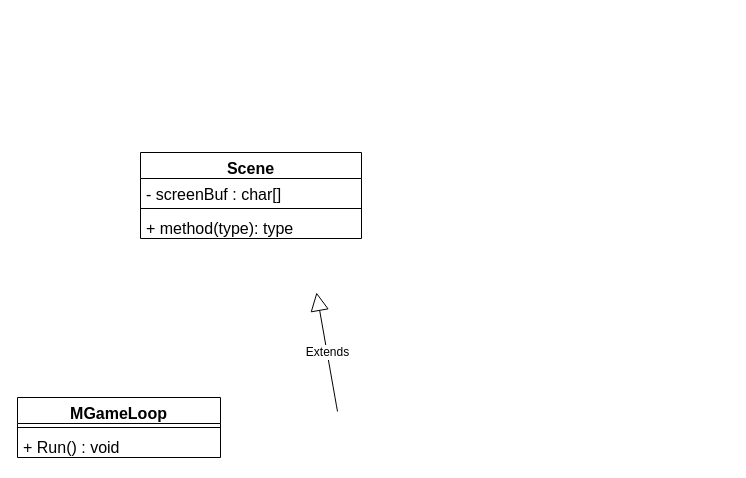
The draw.io diagram Musoeun.drawio in hdh5184/DongheeHan23, before the edit. Source tidied: cells renumbered, new cells numbered last; positions are measured from the earlier drawing's top-left corner, leaving out a move shared by most shapes. Both pictures are drawn from the tidied source at 100%, with x=0, y=0 at pixel (17, 152).
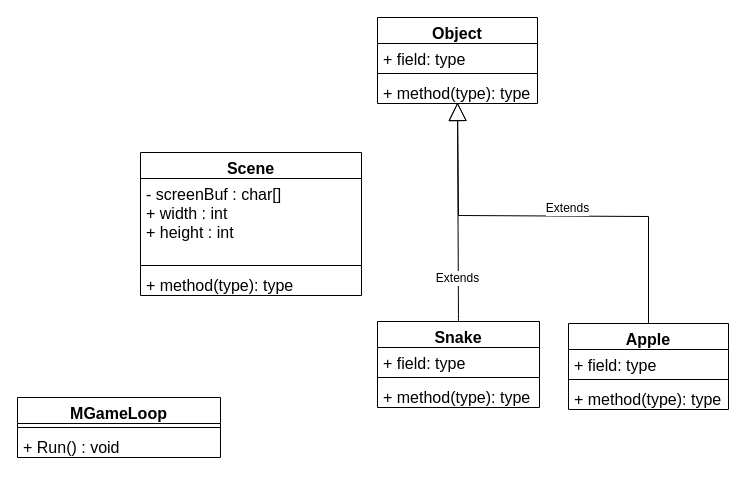
Above is the later version.

What changed in the source:
```diff
@@
     <mxCell id="5" value="Scene" style="swimlane;fontStyle=1;align=center;verticalAlign=top;horizontal=1;startSize=26;whiteSpace=wrap;html=1;fontSize=16;" parent="1" vertex="1">
-      <mxGeometry x="123" width="221" height="86" as="geometry" />
+      <mxGeometry x="123" width="221" height="143" as="geometry" />
     </mxCell>
-    <mxCell id="6" value="- screenBuf : char[]" style="text;strokeColor=none;fillColor=none;align=left;verticalAlign=top;spacingLeft=4;spacingRight=4;overflow=hidden;whiteSpace=wrap;html=1;fontSize=16;" parent="5" vertex="1">
-      <mxGeometry y="26" width="221" height="26" as="geometry" />
+    <mxCell id="6" value="- screenBuf : char[]&lt;br&gt;+ width : int&lt;br&gt;+ height : int" style="text;strokeColor=none;fillColor=none;align=left;verticalAlign=top;spacingLeft=4;spacingRight=4;overflow=hidden;whiteSpace=wrap;html=1;fontSize=16;" parent="5" vertex="1">
+      <mxGeometry y="26" width="221" height="83" as="geometry" />
     </mxCell>
     <mxCell id="7" style="line;strokeWidth=1;fillColor=none;align=left;verticalAlign=middle;spacingTop=-1;spacingLeft=3;spacingRight=3;labelPosition=right;strokeColor=inherit;fontSize=16;" parent="5" vertex="1">
-      <mxGeometry y="52" width="221" height="8" as="geometry" />
+      <mxGeometry y="109" width="221" height="8" as="geometry" />
     </mxCell>
     <mxCell id="8" value="+ method(type): type" style="text;strokeColor=none;fillColor=none;align=left;verticalAlign=top;spacingLeft=4;spacingRight=4;overflow=hidden;whiteSpace=wrap;html=1;fontSize=16;" parent="5" vertex="1">
-      <mxGeometry y="60" width="221" height="26" as="geometry" />
+      <mxGeometry y="117" width="221" height="26" as="geometry" />
     </mxCell>
-    <mxCell id="9" value="Extends" style="endArrow=block;endSize=16;endFill=0;html=1;rounded=0;fontSize=12;curved=1;" parent="1" edge="1">
-      <mxGeometry relative="1" as="geometry">
-        <mxPoint x="320" y="259" as="sourcePoint" />
-        <mxPoint x="299" y="140" as="targetPoint" />
-      </mxGeometry>
+    <mxCell id="9" value="Extends" style="endArrow=block;endSize=16;endFill=0;html=1;rounded=0;fontSize=12;curved=1;exitX=0.5;exitY=0;exitDx=0;exitDy=0;entryX=0.5;entryY=0.962;entryDx=0;entryDy=0;entryPerimeter=0;" parent="1" edge="1" source="10" target="17">
+      <mxGeometry x="-0.61" y="1" relative="1" as="geometry" />
     </mxCell>
+    <mxCell id="10" value="Snake" style="swimlane;fontStyle=1;align=center;verticalAlign=top;horizontal=1;startSize=26;whiteSpace=wrap;html=1;fontSize=16;" parent="1" vertex="1">
+      <mxGeometry x="360" y="169" width="162" height="86" as="geometry" />
+    </mxCell>
+    <mxCell id="11" value="+ field: type" style="text;strokeColor=none;fillColor=none;align=left;verticalAlign=top;spacingLeft=4;spacingRight=4;overflow=hidden;whiteSpace=wrap;html=1;fontSize=16;" parent="10" vertex="1">
+      <mxGeometry y="26" width="162" height="26" as="geometry" />
+    </mxCell>
+    <mxCell id="12" style="line;strokeWidth=1;fillColor=none;align=left;verticalAlign=middle;spacingTop=-1;spacingLeft=3;spacingRight=3;labelPosition=right;strokeColor=inherit;fontSize=16;" parent="10" vertex="1">
+      <mxGeometry y="52" width="162" height="8" as="geometry" />
+    </mxCell>
+    <mxCell id="13" value="+ method(type): type" style="text;strokeColor=none;fillColor=none;align=left;verticalAlign=top;spacingLeft=4;spacingRight=4;overflow=hidden;whiteSpace=wrap;html=1;fontSize=16;" parent="10" vertex="1">
+      <mxGeometry y="60" width="162" height="26" as="geometry" />
+    </mxCell>
+    <mxCell id="14" value="Object" style="swimlane;fontStyle=1;align=center;verticalAlign=top;horizontal=1;startSize=26;whiteSpace=wrap;html=1;fontSize=16;" parent="1" vertex="1">
+      <mxGeometry x="360" y="-135" width="160" height="86" as="geometry" />
+    </mxCell>
+    <mxCell id="15" value="+ field: type" style="text;strokeColor=none;fillColor=none;align=left;verticalAlign=top;spacingLeft=4;spacingRight=4;overflow=hidden;whiteSpace=wrap;html=1;fontSize=16;" parent="14" vertex="1">
+      <mxGeometry y="26" width="160" height="26" as="geometry" />
+    </mxCell>
+    <mxCell id="16" style="line;strokeWidth=1;fillColor=none;align=left;verticalAlign=middle;spacingTop=-1;spacingLeft=3;spacingRight=3;labelPosition=right;strokeColor=inherit;fontSize=16;" parent="14" vertex="1">
+      <mxGeometry y="52" width="160" height="8" as="geometry" />
+    </mxCell>
+    <mxCell id="17" value="+ method(type): type" style="text;strokeColor=none;fillColor=none;align=left;verticalAlign=top;spacingLeft=4;spacingRight=4;overflow=hidden;points=[[0,0.5],[1,0.5]];portConstraint=eastwest;whiteSpace=wrap;html=1;fontSize=16;" parent="14" vertex="1">
+      <mxGeometry y="60" width="160" height="26" as="geometry" />
+    </mxCell>
+    <mxCell id="18" value="Apple" style="swimlane;fontStyle=1;align=center;verticalAlign=top;horizontal=1;startSize=26;whiteSpace=wrap;html=1;fontSize=16;" parent="1" vertex="1">
+      <mxGeometry x="551" y="171" width="160" height="86" as="geometry" />
+    </mxCell>
+    <mxCell id="19" value="+ field: type" style="text;strokeColor=none;fillColor=none;align=left;verticalAlign=top;spacingLeft=4;spacingRight=4;overflow=hidden;whiteSpace=wrap;html=1;fontSize=16;" parent="18" vertex="1">
+      <mxGeometry y="26" width="160" height="26" as="geometry" />
+    </mxCell>
+    <mxCell id="20" style="line;strokeWidth=1;fillColor=none;align=left;verticalAlign=middle;spacingTop=-1;spacingLeft=3;spacingRight=3;labelPosition=right;strokeColor=inherit;fontSize=16;" parent="18" vertex="1">
+      <mxGeometry y="52" width="160" height="8" as="geometry" />
+    </mxCell>
+    <mxCell id="21" value="+ method(type): type" style="text;strokeColor=none;fillColor=none;align=left;verticalAlign=top;spacingLeft=4;spacingRight=4;overflow=hidden;whiteSpace=wrap;html=1;fontSize=16;" parent="18" vertex="1">
+      <mxGeometry y="60" width="160" height="26" as="geometry" />
+    </mxCell>
+    <mxCell id="22" value="Extends" style="endArrow=block;endSize=16;endFill=0;html=1;rounded=0;fontSize=12;exitX=0.5;exitY=0;exitDx=0;exitDy=0;" parent="1" edge="1" source="18">
+      <mxGeometry x="-0.08" y="-8" relative="1" as="geometry">
+        <mxPoint x="440" y="-50" as="targetPoint" />
+        <Array as="points">
+          <mxPoint x="631" y="64" />
+          <mxPoint x="441" y="63" />
+        </Array>
+        <mxPoint x="1" as="offset" />
+      </mxGeometry>
+    </mxCell>
```
